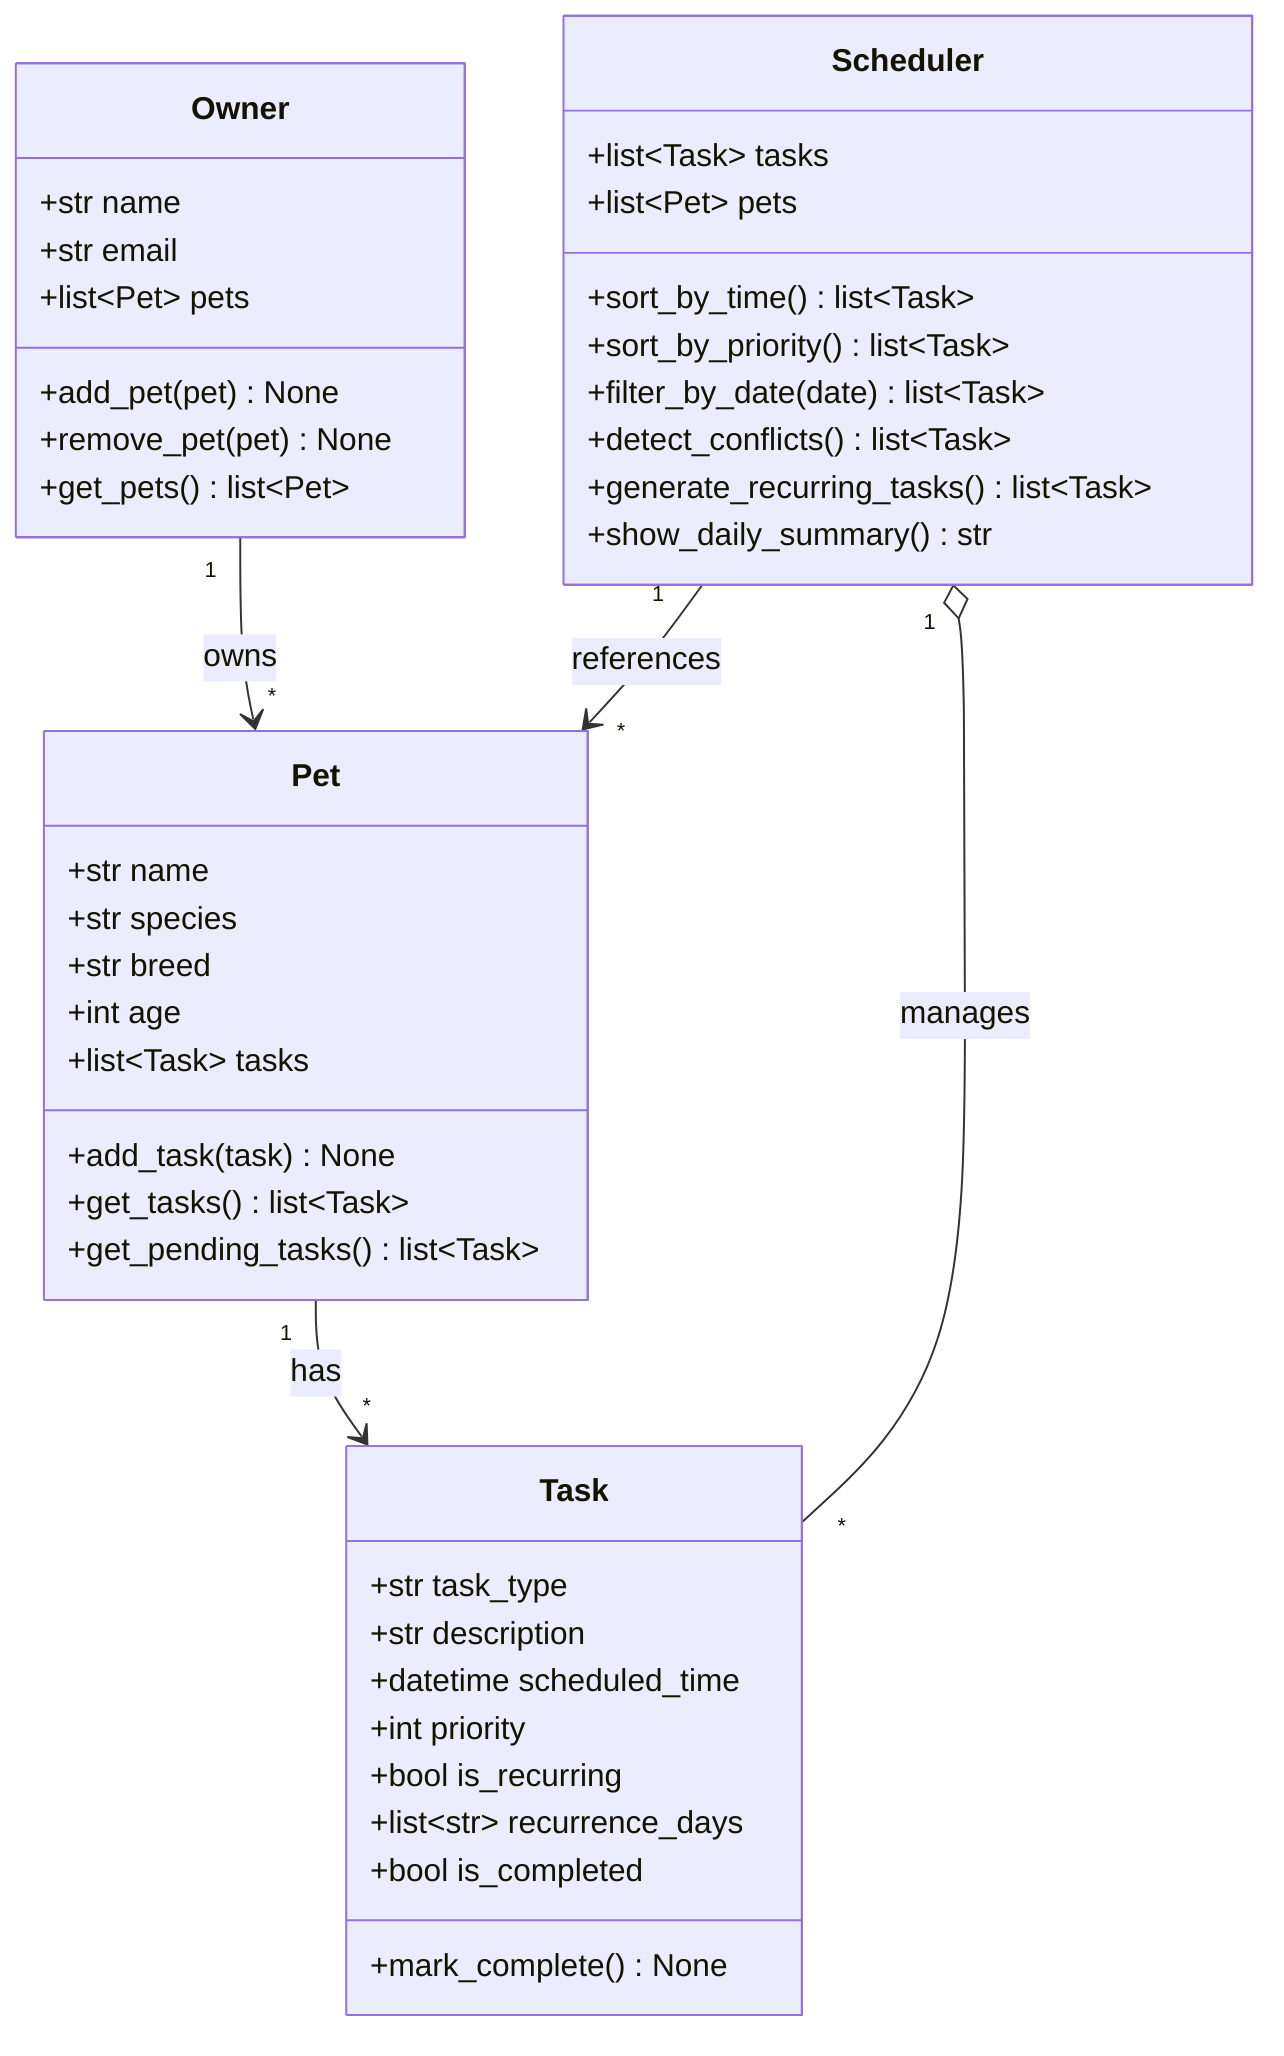
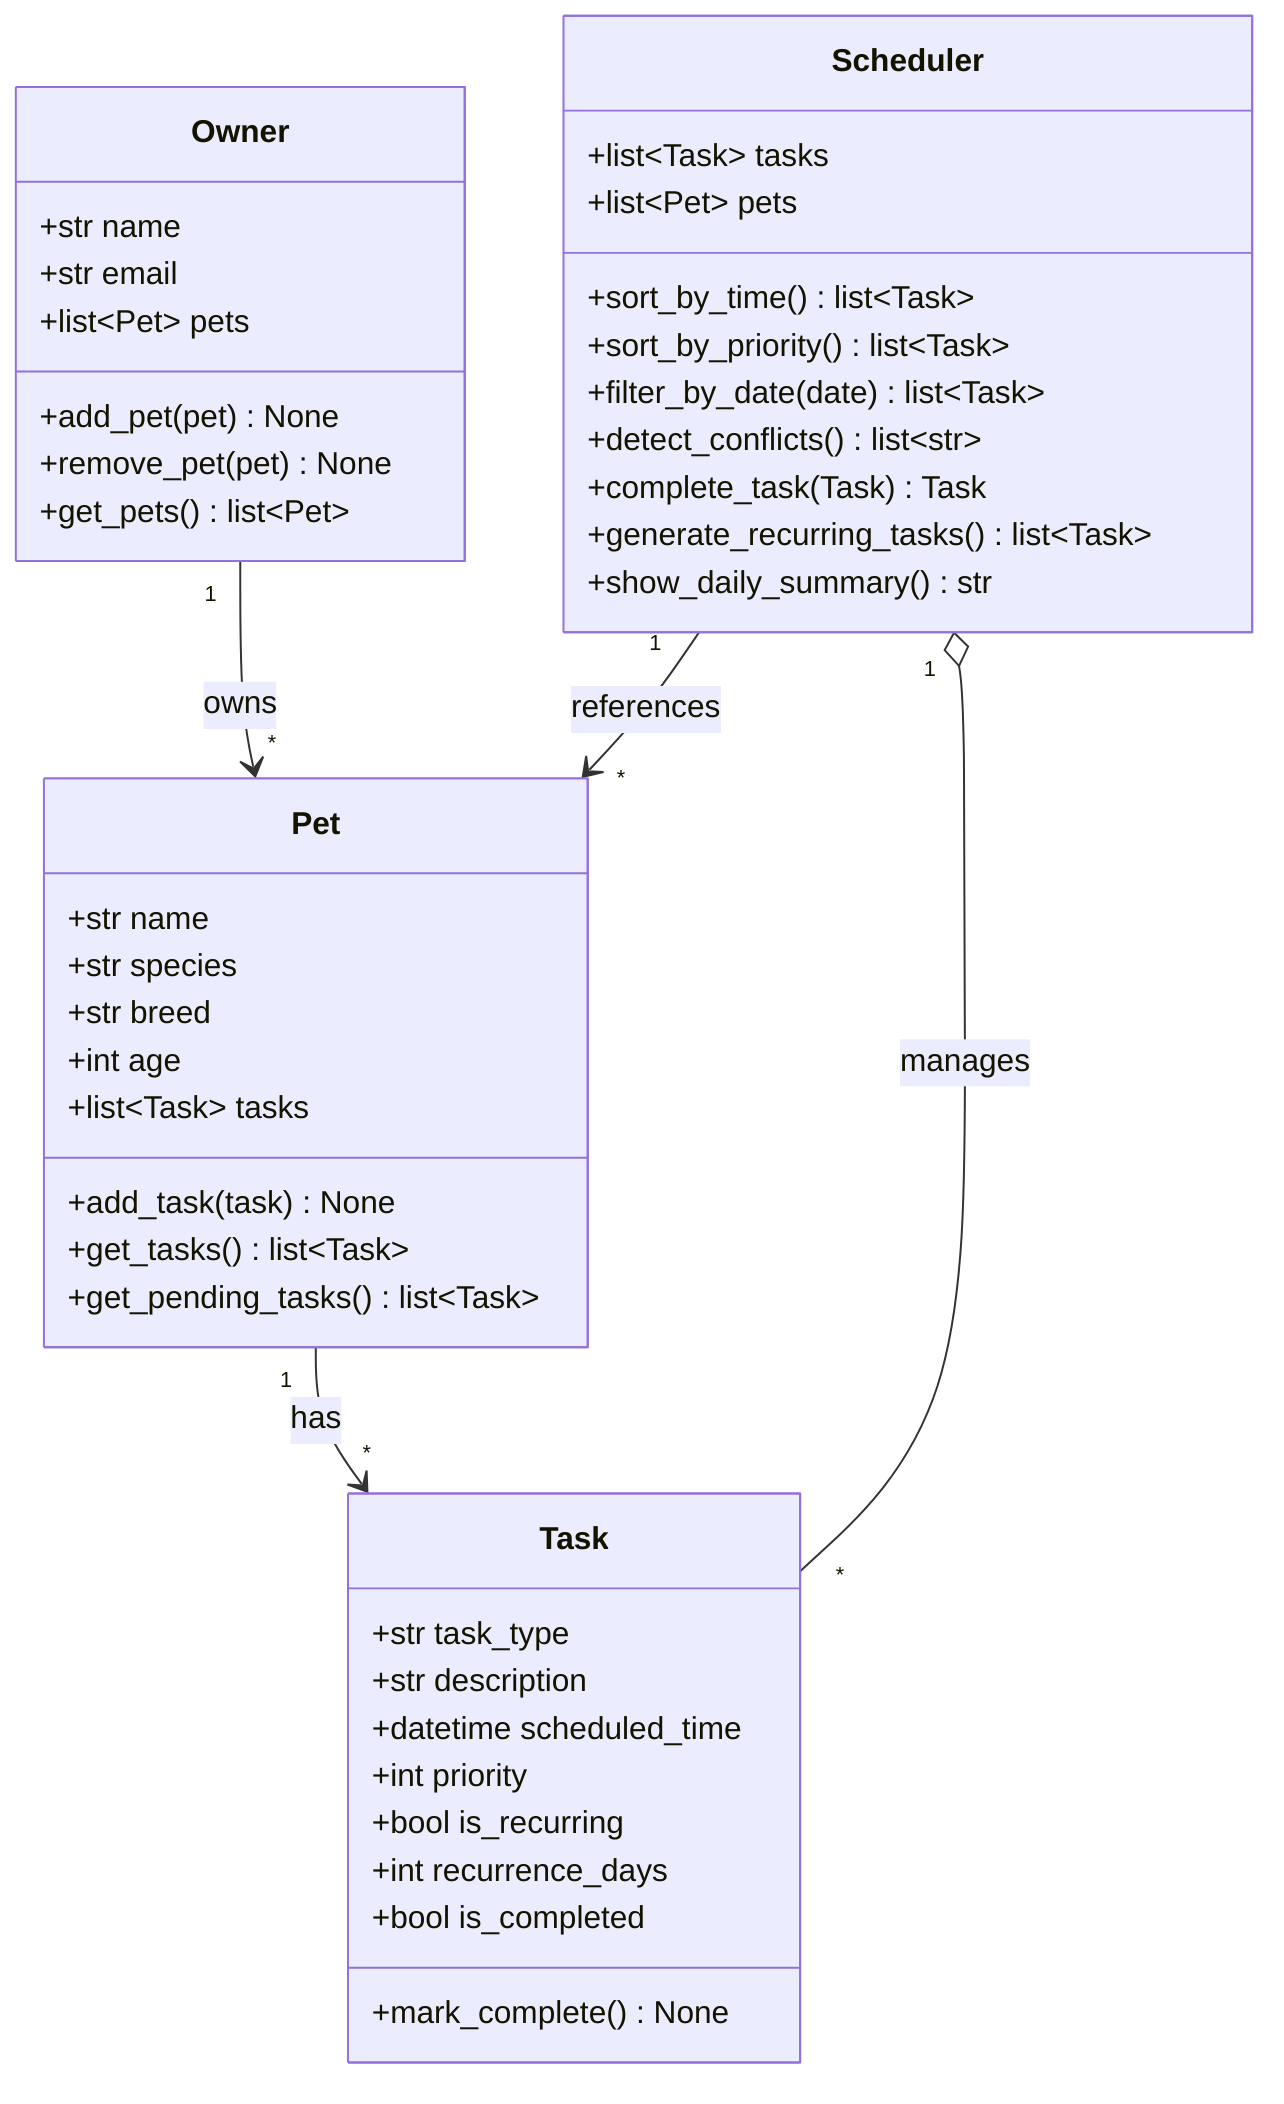
classDiagram
    %% PawPal+ class diagram

    class Owner {
        +str name
        +str email
        +list~Pet~ pets
        +add_pet(pet) None
        +remove_pet(pet) None
        +get_pets() list~Pet~
    }

    class Pet {
        +str name
        +str species
        +str breed
        +int age
        +list~Task~ tasks
        +add_task(task) None
        +get_tasks() list~Task~
        +get_pending_tasks() list~Task~
    }

    class Task {
        +str task_type
        +str description
        +datetime scheduled_time
        +int priority
        +bool is_recurring
-         +list~str~ recurrence_days
+         +int recurrence_days
        +bool is_completed
        +mark_complete() None
    }

    class Scheduler {
        +list~Task~ tasks
        +list~Pet~ pets
        +sort_by_time() list~Task~
        +sort_by_priority() list~Task~
        +filter_by_date(date) list~Task~
-         +detect_conflicts() list~Task~
+         +detect_conflicts() list~str~
+         +complete_task(Task) Task
        +generate_recurring_tasks() list~Task~
        +show_daily_summary() str
    }

    Owner "1" --> "*" Pet : owns
    Pet "1" --> "*" Task : has
    Scheduler "1" o-- "*" Task : manages
    Scheduler "1" --> "*" Pet : references
